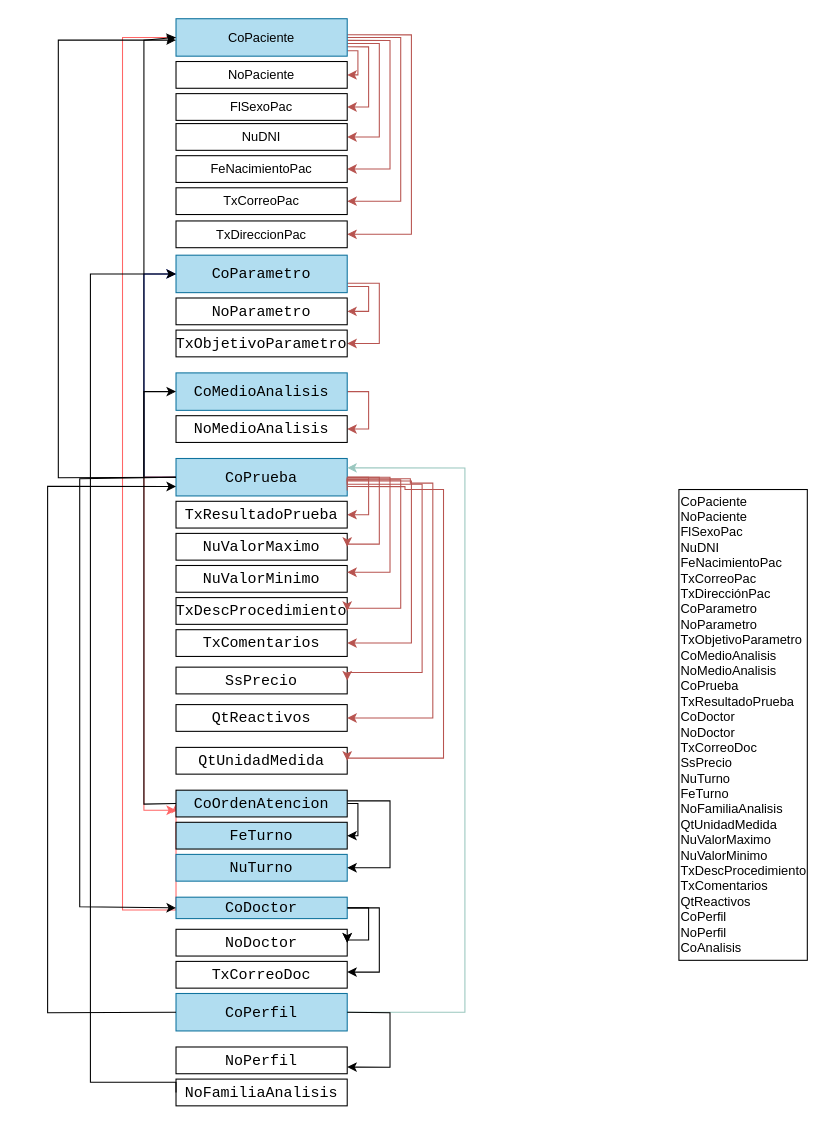
hrojasutani/test keeps this draw.io diagram as page "Diagrama Funcional" (1 of 2) of Untitled Diagram.drawio. Above is the earlier version. Source tidied: cells renumbered, new cells numbered last; positions are measured from the earlier drawing's top-left corner, leaving out a move shared by most shapes. Both pictures are drawn from the tidied source at 107%, with x=0, y=0 at pixel (47, 18).
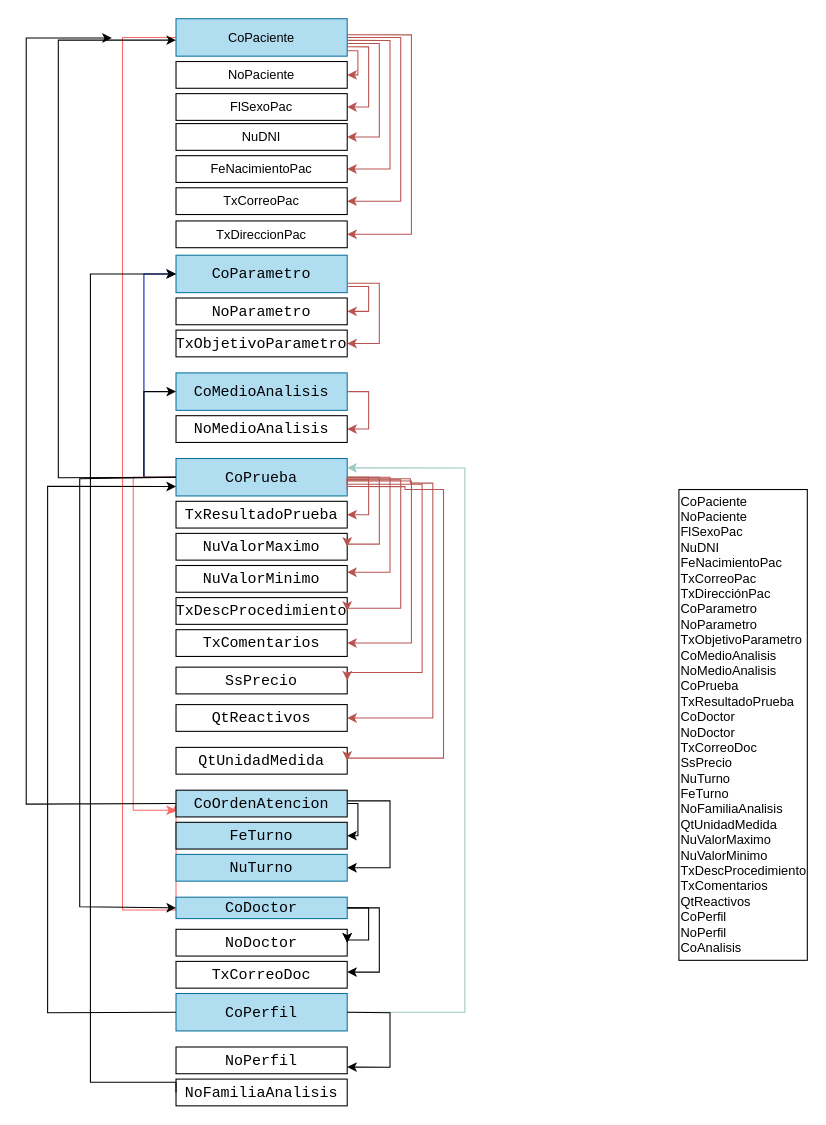
The same page after the edit.

The change refers to these unchanged cells:
```xml
<mxCell id="10" value="&lt;span style=&quot;text-align: left;&quot;&gt;CoPaciente&lt;/span&gt;" style="rounded=0;whiteSpace=wrap;html=1;verticalAlign=middle;fillColor=#b1ddf0;strokeColor=#10739e;" parent="1" vertex="1">
  <mxGeometry x="120" width="160" height="35" as="geometry" />
</mxCell>
<mxCell id="29" value="&lt;div style=&quot;font-family: Consolas, &amp;quot;Courier New&amp;quot;, monospace; font-size: 14px; line-height: 19px;&quot;&gt;&lt;div&gt;&lt;span style=&quot;&quot;&gt;CoPrueba&lt;/span&gt;&lt;/div&gt;&lt;/div&gt;" style="text;whiteSpace=wrap;html=1;verticalAlign=middle;align=center;labelBackgroundColor=none;fontStyle=0;strokeColor=#10739e;fillColor=#b1ddf0;" parent="1" vertex="1">
  <mxGeometry x="120" y="411" width="160" height="35" as="geometry" />
</mxCell>
<mxCell id="39" value="&lt;div style=&quot;font-family: Consolas, &amp;quot;Courier New&amp;quot;, monospace; font-size: 14px; line-height: 19px;&quot;&gt;&lt;div&gt;&lt;span style=&quot;&quot;&gt;CoPerfil&lt;/span&gt;&lt;/div&gt;&lt;/div&gt;" style="text;whiteSpace=wrap;html=1;verticalAlign=middle;align=center;labelBackgroundColor=none;fontStyle=0;fillColor=#b1ddf0;strokeColor=#10739e;" parent="1" vertex="1">
  <mxGeometry x="120" y="911" width="160" height="35" as="geometry" />
</mxCell>
<mxCell id="59" value="&lt;div style=&quot;font-family: Consolas, &amp;quot;Courier New&amp;quot;, monospace; font-size: 14px; line-height: 19px;&quot;&gt;&lt;div&gt;&lt;span style=&quot;&quot;&gt;CoOrdenAtencion&lt;/span&gt;&lt;/div&gt;&lt;/div&gt;" style="text;whiteSpace=wrap;html=1;verticalAlign=middle;align=center;fontColor=default;labelBackgroundColor=none;fontStyle=0;strokeColor=default;fillColor=#B1DDF0;" parent="1" vertex="1">
  <mxGeometry x="120" y="721" width="160" height="25" as="geometry" />
</mxCell>
```

Change to the diagram source:
```diff
@@
     <mxCell id="28" style="edgeStyle=orthogonalEdgeStyle;rounded=0;jettySize=auto;html=1;entryX=0;entryY=0.75;entryDx=0;entryDy=0;strokeColor=#FF6666;" parent="1" edge="1" source="29" target="59">
       <mxGeometry relative="1" as="geometry">
         <Array as="points">
-          <mxPoint x="90" y="429" />
-          <mxPoint x="90" y="740" />
+          <mxPoint x="80" y="429" />
+          <mxPoint x="80" y="740" />
         </Array>
       </mxGeometry>
     </mxCell>
@@
-    <mxCell id="62" style="endArrow=classic;html=1;rounded=0;exitX=0;exitY=0.5;exitDx=0;exitDy=0;entryX=0;entryY=0.75;entryDx=0;entryDy=0;" parent="1" edge="1" source="39" target="29">
+    <mxCell id="62" style="endArrow=classic;html=1;rounded=0;entryX=0;entryY=0.75;entryDx=0;entryDy=0;exitX=0;exitY=0.5;exitDx=0;exitDy=0;" parent="1" edge="1" source="39" target="29">
       <mxGeometry relative="1" as="geometry">
         <Array as="points">
           <mxPoint y="929" />
           <mxPoint y="661" />
           <mxPoint y="437" />
         </Array>
       </mxGeometry>
     </mxCell>
@@
-    <mxCell id="66" style="endArrow=classic;html=1;rounded=0;exitX=0;exitY=0.5;exitDx=0;exitDy=0;entryX=0;entryY=0.5;entryDx=0;entryDy=0;" parent="1" edge="1" source="59" target="10">
+    <mxCell id="66" style="endArrow=classic;html=1;rounded=0;exitX=0;exitY=0.5;exitDx=0;exitDy=0;" parent="1" edge="1" source="59">
       <mxGeometry relative="1" as="geometry">
+        <mxPoint x="60" y="18" as="targetPoint" />
         <Array as="points">
-          <mxPoint x="90" y="734" />
-          <mxPoint x="90" y="370" />
-          <mxPoint x="90" y="20" />
+          <mxPoint x="-20" y="734" />
+          <mxPoint x="-20" y="370" />
+          <mxPoint x="-20" y="18" />
         </Array>
       </mxGeometry>
     </mxCell>
```
